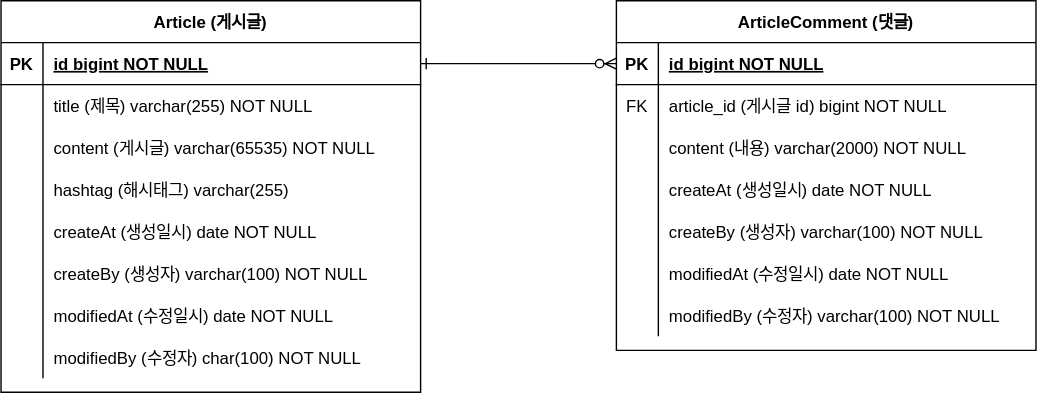
The draw.io diagram document/project-board-erd.svg in ssc73111/fc-project-board, before a commit. Source tidied: cells renumbered, new cells last; positions are measured from the earlier drawing's top-left corner, leaving out a move shared by most shapes.
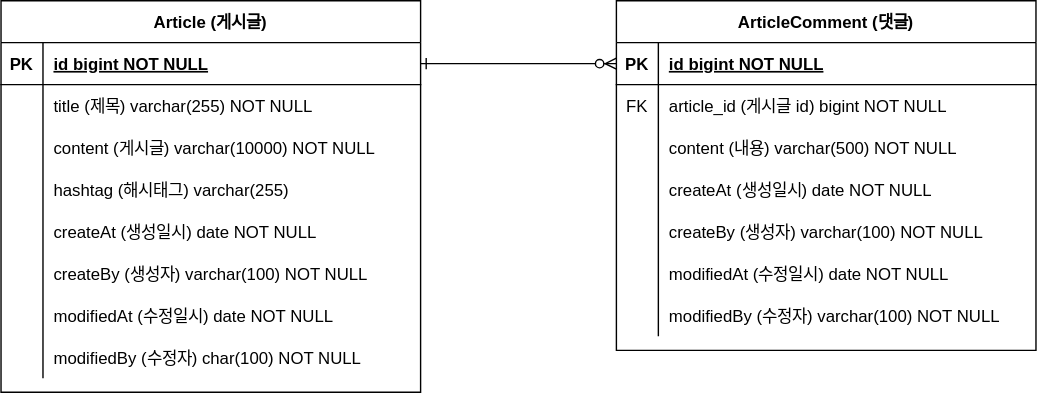
After the commit.

Commit message:
#12 - project-board-erd.svg 업데이트: content size 변경

What changed in the source:
```diff
@@ -32,7 +32,7 @@
     <mxCell id="11" style="shape=partialRectangle;overflow=hidden;fillColor=none;top=0;left=0;bottom=0;right=0;" parent="10" vertex="1">
       <mxGeometry width="30" height="30" as="geometry" />
     </mxCell>
-    <mxCell id="12" value="content (게시글) varchar(65535) NOT NULL" style="shape=partialRectangle;overflow=hidden;fillColor=none;top=0;left=0;bottom=0;right=0;align=left;spacingLeft=6;" parent="10" vertex="1">
+    <mxCell id="12" value="content (게시글) varchar(10000) NOT NULL" style="shape=partialRectangle;overflow=hidden;fillColor=none;top=0;left=0;bottom=0;right=0;align=left;spacingLeft=6;" parent="10" vertex="1">
       <mxGeometry x="30" width="270" height="30" as="geometry" />
     </mxCell>
     <mxCell id="13" style="shape=partialRectangle;fillColor=none;top=0;left=0;right=0;bottom=0;" parent="3" vertex="1">
@@ -107,7 +107,7 @@
     <mxCell id="36" style="shape=partialRectangle;overflow=hidden;fillColor=none;top=0;left=0;bottom=0;right=0;" parent="35" vertex="1">
       <mxGeometry width="30" height="30" as="geometry" />
     </mxCell>
-    <mxCell id="37" value="content (내용) varchar(2000) NOT NULL" style="shape=partialRectangle;overflow=hidden;fillColor=none;top=0;left=0;bottom=0;right=0;align=left;spacingLeft=6;" parent="35" vertex="1">
+    <mxCell id="37" value="content (내용) varchar(500) NOT NULL" style="shape=partialRectangle;overflow=hidden;fillColor=none;top=0;left=0;bottom=0;right=0;align=left;spacingLeft=6;" parent="35" vertex="1">
       <mxGeometry x="30" width="270" height="30" as="geometry" />
     </mxCell>
     <mxCell id="38" style="shape=partialRectangle;fillColor=none;top=0;left=0;right=0;bottom=0;" parent="28" vertex="1">
```
